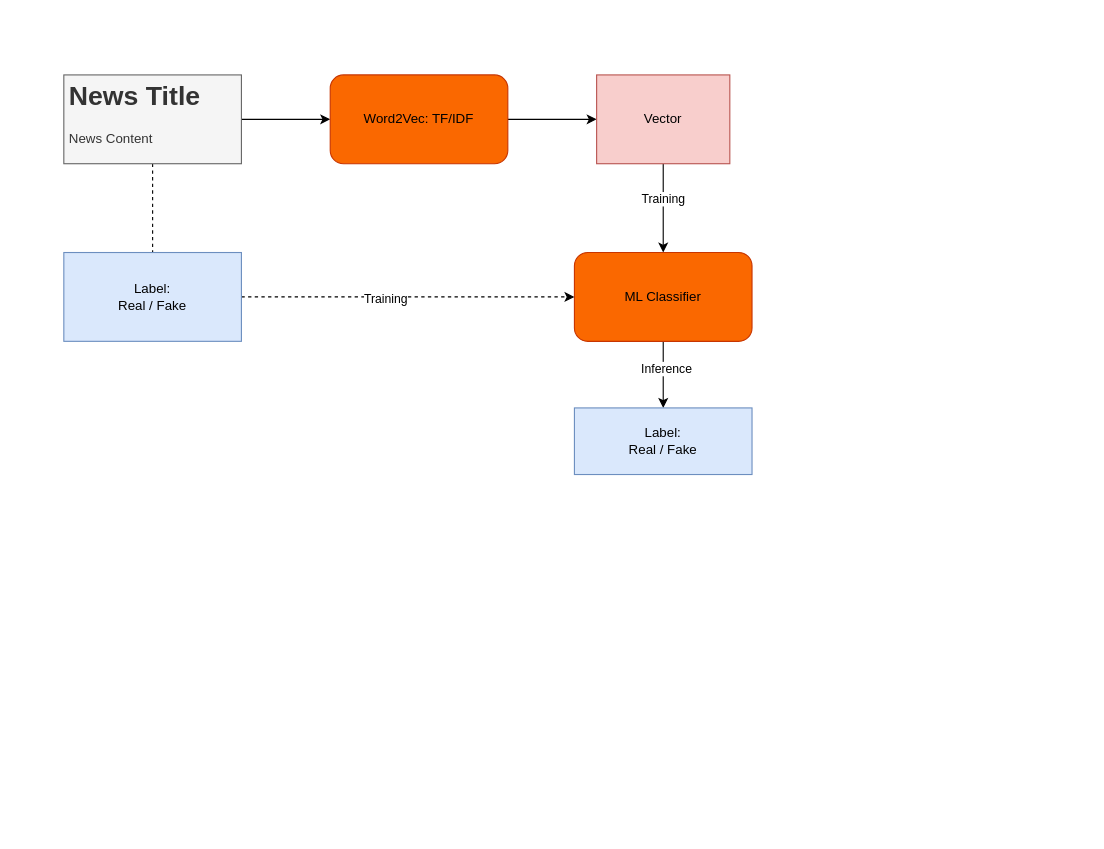
Earlier version of the draw.io diagram page "TF-IDF+ML" (5 of 5) of workflow/workflow.drawio (LittleFish-Coder/fake-news-detection-generalization). Source tidied: cells renumbered, new cells numbered last; positions are measured from the earlier drawing's top-left corner, leaving out a move shared by most shapes. Both pictures are drawn from the tidied source at 111%, with x=0, y=0 at pixel (63, 74).
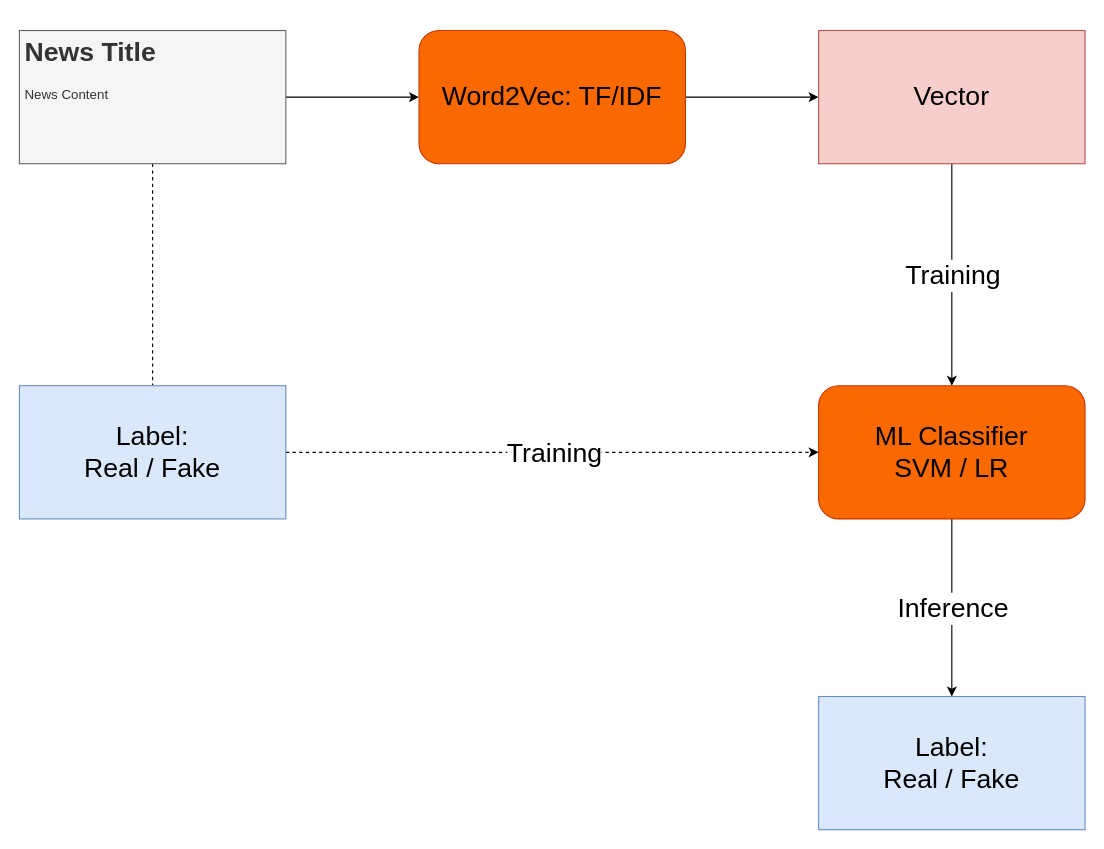
Above is the later version.

Change to the diagram source:
```diff
@@
 <mxGraphModel>
   <root>
     <mxCell id="0" />
     <mxCell id="1" parent="0" />
     <mxCell id="2" style="edgeStyle=none;html=1;entryX=0;entryY=0.5;entryDx=0;entryDy=0;" parent="1" edge="1" source="4" target="6">
       <mxGeometry relative="1" as="geometry" />
     </mxCell>
     <mxCell id="3" style="html=1;exitX=0.5;exitY=1;exitDx=0;exitDy=0;dashed=1;endArrow=none;endFill=0;entryX=0.5;entryY=0;entryDx=0;entryDy=0;" parent="1" edge="1" source="4" target="15">
       <mxGeometry relative="1" as="geometry" />
     </mxCell>
-    <mxCell id="4" value="&lt;h1&gt;News Title&lt;/h1&gt;&lt;p&gt;News Content&lt;/p&gt;" style="text;html=1;strokeColor=#666666;fillColor=#f5f5f5;spacing=5;spacingTop=-20;whiteSpace=wrap;overflow=hidden;rounded=0;fontColor=#333333;" parent="1" vertex="1">
-      <mxGeometry width="160" height="80" as="geometry" />
+    <mxCell id="4" value="&lt;h1&gt;News Title&lt;/h1&gt;&lt;p style=&quot;&quot;&gt;News Content&lt;/p&gt;" style="text;html=1;strokeColor=#666666;fillColor=#f5f5f5;spacing=5;spacingTop=-20;whiteSpace=wrap;overflow=hidden;rounded=0;fontColor=#333333;align=left;" parent="1" vertex="1">
+      <mxGeometry x="-40" y="-40" width="240" height="120" as="geometry" />
     </mxCell>
     <mxCell id="5" style="edgeStyle=none;html=1;entryX=0;entryY=0.5;entryDx=0;entryDy=0;" parent="1" edge="1" source="6" target="9">
       <mxGeometry relative="1" as="geometry" />
     </mxCell>
-    <mxCell id="6" value="Word2Vec: TF/IDF" style="rounded=1;whiteSpace=wrap;html=1;fillColor=#fa6800;fontColor=#000000;strokeColor=#C73500;" parent="1" vertex="1">
-      <mxGeometry x="240" width="160" height="80" as="geometry" />
+    <mxCell id="6" value="&lt;font style=&quot;font-size: 24px;&quot;&gt;Word2Vec: TF/IDF&lt;/font&gt;" style="rounded=1;whiteSpace=wrap;html=1;fillColor=#fa6800;fontColor=#000000;strokeColor=#C73500;" parent="1" vertex="1">
+      <mxGeometry x="320" y="-40" width="240" height="120" as="geometry" />
     </mxCell>
     <mxCell id="7" style="edgeStyle=none;html=1;entryX=0.5;entryY=0;entryDx=0;entryDy=0;" parent="1" edge="1" source="9" target="12">
       <mxGeometry relative="1" as="geometry" />
     </mxCell>
-    <mxCell id="8" value="Training" style="edgeLabel;html=1;align=center;verticalAlign=middle;" parent="7" vertex="1">
-      <mxGeometry x="-0.23" y="-1" relative="1" as="geometry" />
+    <mxCell id="8" value="Training" style="edgeLabel;html=1;align=center;verticalAlign=middle;fontSize=24;" parent="7" vertex="1">
+      <mxGeometry x="-0.23" y="-1" relative="1" as="geometry">
+        <mxPoint x="1" y="23" as="offset" />
+      </mxGeometry>
     </mxCell>
-    <mxCell id="9" value="Vector" style="text;html=1;strokeColor=#b85450;fillColor=#f8cecc;align=center;verticalAlign=middle;whiteSpace=wrap;rounded=0;fontColor=#000000;" parent="1" vertex="1">
-      <mxGeometry x="480" width="120" height="80" as="geometry" />
+    <mxCell id="9" value="&lt;font style=&quot;font-size: 24px;&quot;&gt;Vector&lt;/font&gt;" style="text;html=1;strokeColor=#b85450;fillColor=#f8cecc;align=center;verticalAlign=middle;whiteSpace=wrap;rounded=0;fontColor=#000000;" parent="1" vertex="1">
+      <mxGeometry x="680" y="-40" width="240" height="120" as="geometry" />
     </mxCell>
     <mxCell id="10" style="edgeStyle=none;html=1;endArrow=classic;endFill=1;" parent="1" edge="1" source="12" target="16">
       <mxGeometry relative="1" as="geometry" />
     </mxCell>
-    <mxCell id="11" value="Inference" style="edgeLabel;html=1;align=center;verticalAlign=middle;" parent="10" vertex="1">
-      <mxGeometry x="-0.19" y="2" relative="1" as="geometry" />
+    <mxCell id="11" value="&lt;font style=&quot;font-size: 24px;&quot;&gt;Inference&lt;/font&gt;" style="edgeLabel;html=1;align=center;verticalAlign=middle;" parent="10" vertex="1">
+      <mxGeometry x="-0.19" y="2" relative="1" as="geometry">
+        <mxPoint x="-2" y="15" as="offset" />
+      </mxGeometry>
     </mxCell>
-    <mxCell id="12" value="ML Classifier" style="rounded=1;whiteSpace=wrap;html=1;strokeColor=#C73500;fillColor=#fa6800;fontColor=#000000;" parent="1" vertex="1">
-      <mxGeometry x="460" y="160" width="160" height="80" as="geometry" />
+    <mxCell id="12" value="&lt;font style=&quot;font-size: 24px;&quot;&gt;ML Classifier&lt;br&gt;SVM / LR&lt;br&gt;&lt;/font&gt;" style="rounded=1;whiteSpace=wrap;html=1;strokeColor=#C73500;fillColor=#fa6800;fontColor=#000000;" parent="1" vertex="1">
+      <mxGeometry x="680" y="280" width="240" height="120" as="geometry" />
     </mxCell>
     <mxCell id="13" style="edgeStyle=none;html=1;dashed=1;entryX=0;entryY=0.5;entryDx=0;entryDy=0;" parent="1" edge="1" source="15" target="12">
       <mxGeometry relative="1" as="geometry" />
     </mxCell>
-    <mxCell id="14" value="Training" style="edgeLabel;html=1;align=center;verticalAlign=middle;" parent="13" vertex="1">
-      <mxGeometry x="-0.14" y="-1" relative="1" as="geometry" />
+    <mxCell id="14" value="Training" style="edgeLabel;html=1;align=center;verticalAlign=middle;fontSize=24;" parent="13" vertex="1">
+      <mxGeometry x="-0.14" y="-1" relative="1" as="geometry">
+        <mxPoint x="35" y="-1" as="offset" />
+      </mxGeometry>
     </mxCell>
-    <mxCell id="15" value="Label:&lt;br&gt;Real / Fake" style="text;html=1;strokeColor=#6c8ebf;fillColor=#dae8fc;align=center;verticalAlign=middle;whiteSpace=wrap;rounded=0;fontColor=#000000;" parent="1" vertex="1">
-      <mxGeometry y="160" width="160" height="80" as="geometry" />
+    <mxCell id="15" value="&lt;font style=&quot;font-size: 24px;&quot;&gt;Label:&lt;br&gt;Real / Fake&lt;/font&gt;" style="text;html=1;strokeColor=#6c8ebf;fillColor=#dae8fc;align=center;verticalAlign=middle;whiteSpace=wrap;rounded=0;fontColor=#000000;imageWidth=24;" parent="1" vertex="1">
+      <mxGeometry x="-40" y="280" width="240" height="120" as="geometry" />
     </mxCell>
-    <mxCell id="16" value="Label:&lt;br&gt;Real / Fake" style="rounded=0;whiteSpace=wrap;html=1;strokeColor=#6c8ebf;fillColor=#dae8fc;fontColor=#000000;" parent="1" vertex="1">
-      <mxGeometry x="460" y="300" width="160" height="60" as="geometry" />
+    <mxCell id="16" value="&lt;font style=&quot;font-size: 24px;&quot;&gt;Label:&lt;br&gt;Real / Fake&lt;/font&gt;" style="rounded=0;whiteSpace=wrap;html=1;strokeColor=#6c8ebf;fillColor=#dae8fc;fontColor=#000000;" parent="1" vertex="1">
+      <mxGeometry x="680" y="560" width="240" height="120" as="geometry" />
     </mxCell>
   </root>
 </mxGraphModel>
```
